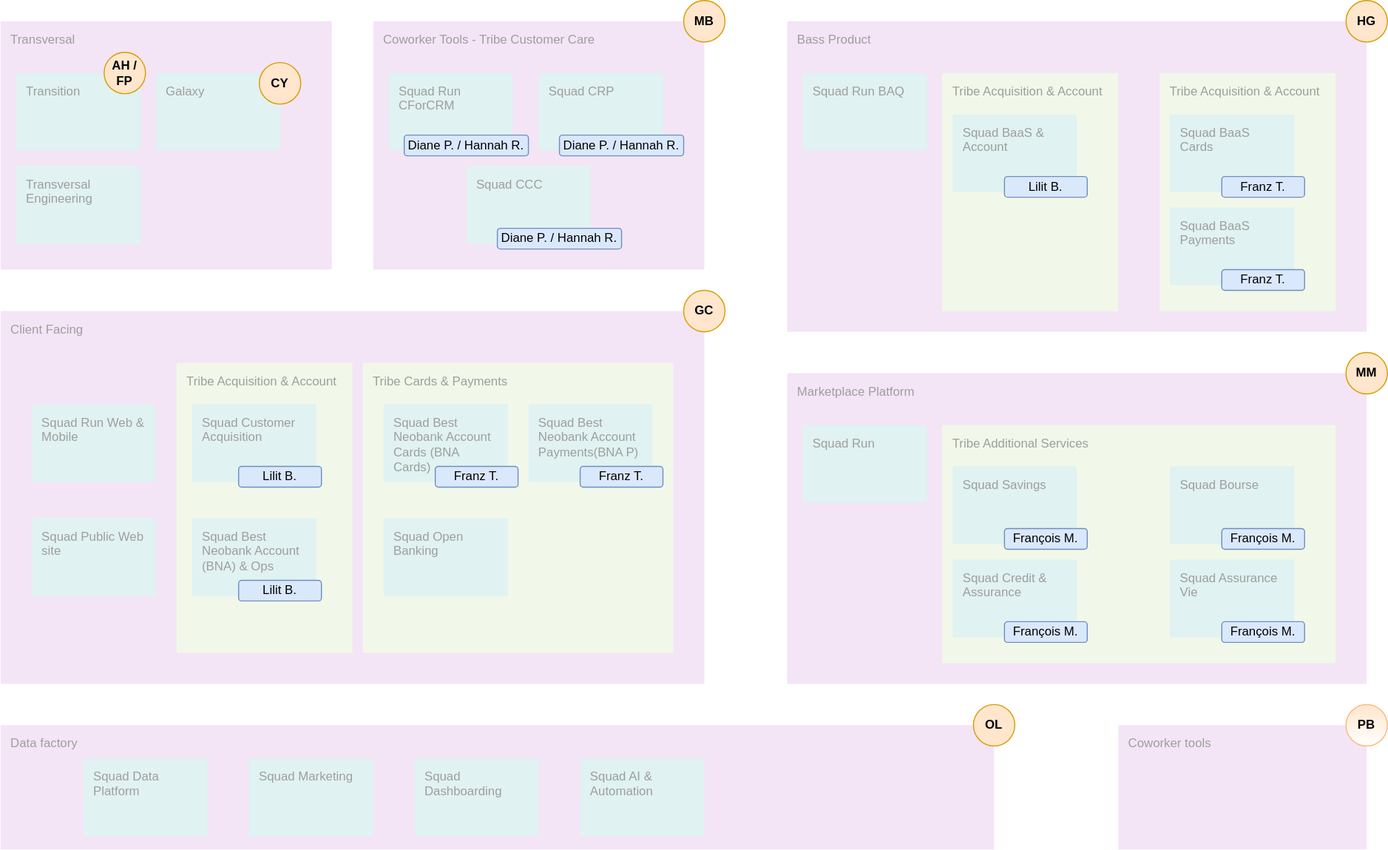
Before: orga_domains.drawio.svg, a diagram exported from draw.io (chaindatax/b4b). Source tidied: cells renumbered, new cells last; positions are measured from the earlier drawing's top-left corner, leaving out a move shared by most shapes.
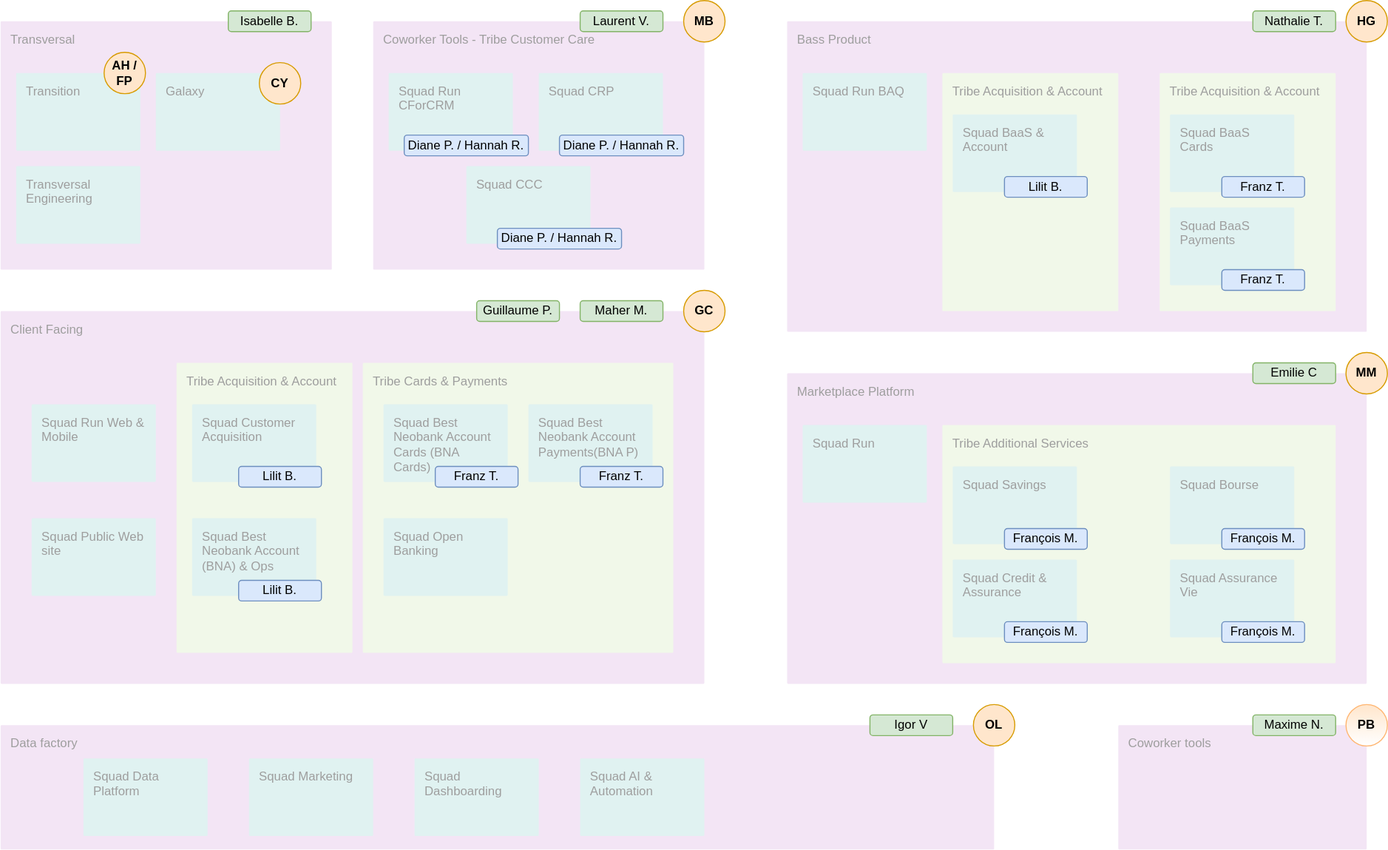
After the commit.

Commit message:
Mettre à jour orga_domains.drawio.svg

The edit, as a diff of the source:
```diff
@@ -184,5 +184,30 @@
     <mxCell id="63" value="François M." style="rounded=1;whiteSpace=wrap;html=1;fillColor=#dae8fc;strokeColor=#6c8ebf;" parent="49" vertex="1">
       <mxGeometry x="1180" y="600" width="80" height="20" as="geometry" />
     </mxCell>
+    <mxCell id="64" value="IT manager" parent="0" />
+    <mxCell id="65" value="Emilie C" style="rounded=1;whiteSpace=wrap;html=1;fillColor=#d5e8d4;strokeColor=#82b366;" parent="64" vertex="1">
+      <mxGeometry x="1210" y="350" width="80" height="20" as="geometry" />
+    </mxCell>
+    <mxCell id="66" value="Nathalie T." style="rounded=1;whiteSpace=wrap;html=1;fillColor=#d5e8d4;strokeColor=#82b366;" parent="64" vertex="1">
+      <mxGeometry x="1210" y="10" width="80" height="20" as="geometry" />
+    </mxCell>
+    <mxCell id="67" value="Laurent V." style="rounded=1;whiteSpace=wrap;html=1;fillColor=#d5e8d4;strokeColor=#82b366;" parent="64" vertex="1">
+      <mxGeometry x="560" y="10" width="80" height="20" as="geometry" />
+    </mxCell>
+    <mxCell id="68" value="Guillaume P." style="rounded=1;whiteSpace=wrap;html=1;fillColor=#d5e8d4;strokeColor=#82b366;" parent="64" vertex="1">
+      <mxGeometry x="460" y="290" width="80" height="20" as="geometry" />
+    </mxCell>
+    <mxCell id="69" value="Maher M." style="rounded=1;whiteSpace=wrap;html=1;fillColor=#d5e8d4;strokeColor=#82b366;" parent="64" vertex="1">
+      <mxGeometry x="560" y="290" width="80" height="20" as="geometry" />
+    </mxCell>
+    <mxCell id="70" value="Isabelle B." style="rounded=1;whiteSpace=wrap;html=1;fillColor=#d5e8d4;strokeColor=#82b366;" parent="64" vertex="1">
+      <mxGeometry x="220" y="10" width="80" height="20" as="geometry" />
+    </mxCell>
+    <mxCell id="71" value="Igor V" style="rounded=1;whiteSpace=wrap;html=1;fillColor=#d5e8d4;strokeColor=#82b366;" parent="64" vertex="1">
+      <mxGeometry x="840" y="690" width="80" height="20" as="geometry" />
+    </mxCell>
+    <mxCell id="72" value="Maxime N." style="rounded=1;whiteSpace=wrap;html=1;fillColor=#d5e8d4;strokeColor=#82b366;" parent="64" vertex="1">
+      <mxGeometry x="1210" y="690" width="80" height="20" as="geometry" />
+    </mxCell>
   </root>
 </mxGraphModel>
```
